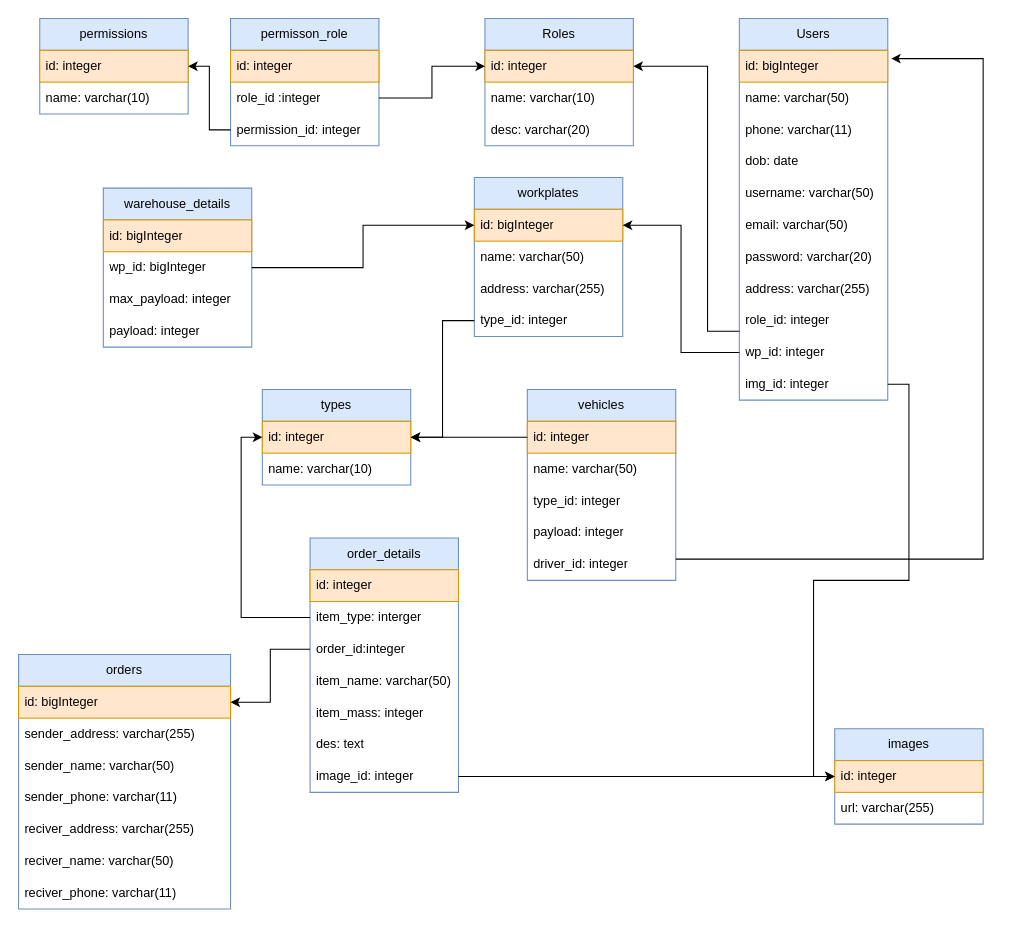
Above: so_do_DB.drawio in cuongbui1203/lms (draw.io), before the change. Source tidied: cells renumbered, new cells numbered last; positions are measured from the earlier drawing's top-left corner, leaving out a move shared by most shapes. Both pictures are drawn from the tidied source at 106%, with x=0, y=0 at pixel (18, 18).
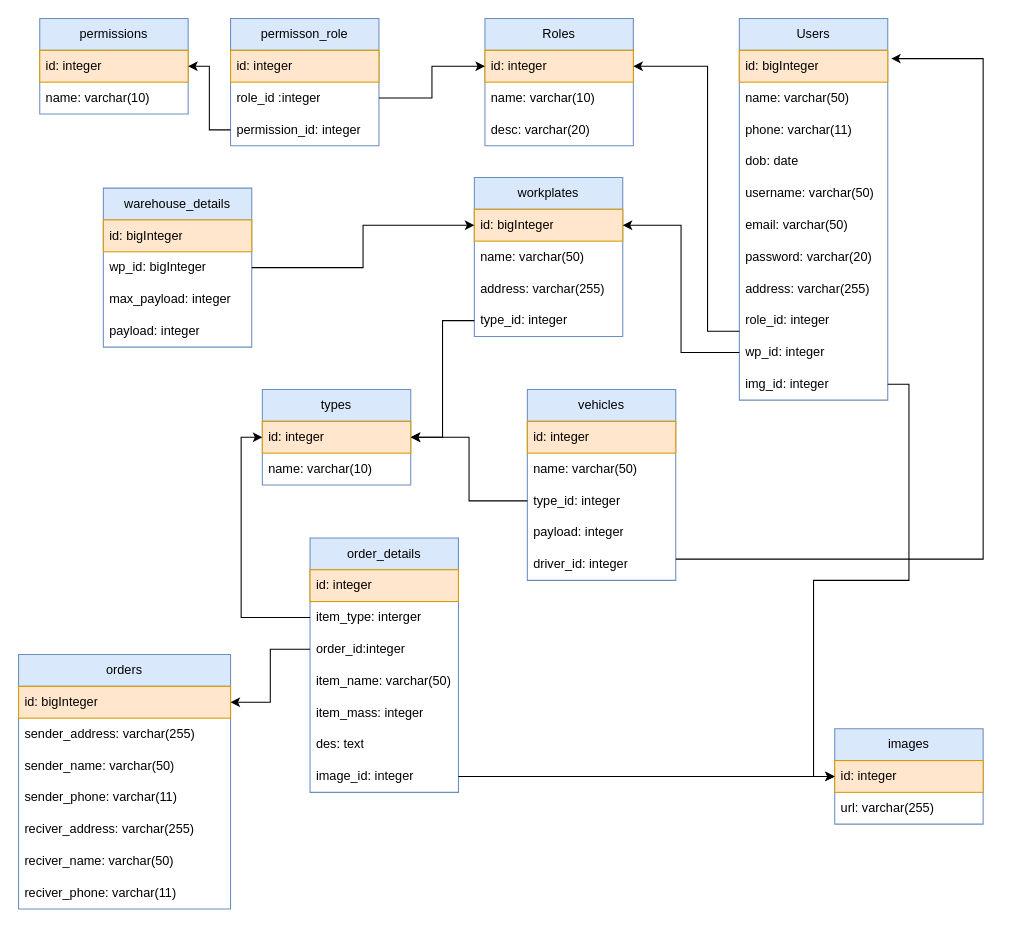
The same page after the edit.

The change refers to these unchanged cells:
```xml
<mxCell id="31" value="types" style="swimlane;fontStyle=0;horizontal=1;startSize=30;whiteSpace=wrap;html=1;fillColor=#dae8fc;strokeColor=#6c8ebf;" parent="1" vertex="1">
  <mxGeometry x="230" y="350" width="140" height="90" as="geometry" />
</mxCell>
<mxCell id="32" value="id: integer" style="text;strokeColor=#d79b00;fillColor=#ffe6cc;align=left;verticalAlign=middle;spacingLeft=4;spacingRight=4;overflow=hidden;points=[[0,0.5],[1,0.5]];portConstraint=eastwest;whiteSpace=wrap;html=1;" parent="31" vertex="1">
  <mxGeometry y="30" width="140" height="30" as="geometry" />
</mxCell>
<mxCell id="68" value="id: integer" style="text;strokeColor=#d79b00;fillColor=#ffe6cc;align=left;verticalAlign=middle;spacingLeft=4;spacingRight=4;overflow=hidden;points=[[0,0.5],[1,0.5]];portConstraint=eastwest;whiteSpace=wrap;html=1;" parent="67" vertex="1">
  <mxGeometry y="30" width="140" height="30" as="geometry" />
</mxCell>
<mxCell id="70" value="type_id: integer" style="text;strokeColor=none;fillColor=none;align=left;verticalAlign=middle;spacingLeft=4;spacingRight=4;overflow=hidden;points=[[0,0.5],[1,0.5]];portConstraint=eastwest;whiteSpace=wrap;html=1;" parent="67" vertex="1">
  <mxGeometry y="90" width="140" height="30" as="geometry" />
</mxCell>
```

What changed in the source:
```diff
@@
-    <mxCell id="73" style="edgeStyle=orthogonalEdgeStyle;rounded=0;jettySize=auto;html=1;entryX=1;entryY=0.5;entryDx=0;entryDy=0;" parent="1" edge="1" source="68" target="32">
-      <mxGeometry relative="1" as="geometry" />
-    </mxCell>
@@
+    <mxCell id="75" style="edgeStyle=orthogonalEdgeStyle;rounded=0;jettySize=auto;html=1;exitX=0;exitY=0.5;exitDx=0;exitDy=0;entryX=1;entryY=0.5;entryDx=0;entryDy=0;" parent="1" edge="1" source="70" target="31">
+      <mxGeometry relative="1" as="geometry" />
+    </mxCell>
```
